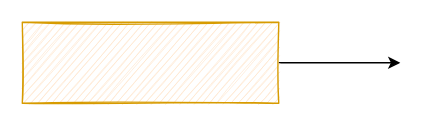
This is JAVA线程状态变化.drawio from nayouzhenai/java_web, a draw.io file, before an edit. Source tidied: cells renumbered, new cells numbered last; positions are measured from the earlier drawing's top-left corner, leaving out a move shared by most shapes. Both pictures are drawn from the tidied source at 135%, with x=0, y=0 at pixel (22, 22).
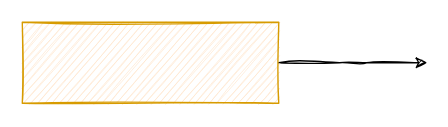
The same diagram, later.

Commit message (it also covers changes not shown here):
更新JAVA线程状态变化.drawio

Diff of the diagram source:
```diff
@@
 <mxGraphModel>
   <root>
     <mxCell id="0" />
     <mxCell id="1" parent="0" />
-    <mxCell id="2" style="edgeStyle=orthogonalEdgeStyle;curved=0;rounded=1;sketch=0;jettySize=auto;html=1;" parent="1" edge="1" source="3">
+    <mxCell id="2" style="edgeStyle=orthogonalEdgeStyle;curved=0;rounded=1;sketch=1;jettySize=auto;html=1;shadow=0;jumpSize=6;strokeWidth=1;" parent="1" edge="1" source="3">
       <mxGeometry relative="1" as="geometry">
-        <mxPoint x="280" y="30" as="targetPoint" />
+        <mxPoint x="300" y="30" as="targetPoint" />
       </mxGeometry>
     </mxCell>
     <mxCell id="3" style="rounded=0;whiteSpace=wrap;html=1;shadow=0;glass=0;sketch=1;fillColor=#ffe6cc;strokeColor=#d79b00;" parent="1" vertex="1">
       <mxGeometry width="190" height="60" as="geometry" />
     </mxCell>
   </root>
 </mxGraphModel>
```
